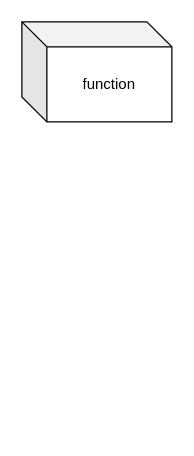
Above: 未命名绘图.drawio in ceceNo1/ceceNo1 (draw.io), before the change. Source tidied: cells renumbered, new cells numbered last; positions are measured from the earlier drawing's top-left corner, leaving out a move shared by most shapes. Both pictures are drawn from the tidied source at 125%, with x=0, y=0 at pixel (21, 21).
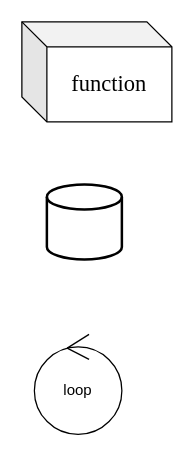
The same diagram, later.

Commit message:
更新未命名绘图.drawio

Diff of the diagram source:
```diff
@@
 <mxGraphModel>
   <root>
     <mxCell id="0" />
     <mxCell id="1" parent="0" />
-    <mxCell id="2" value="function" style="shape=cube;whiteSpace=wrap;html=1;boundedLbl=1;backgroundOutline=1;darkOpacity=0.05;darkOpacity2=0.1;" parent="1" vertex="1">
+    <mxCell id="2" value="&lt;font style=&quot;font-size: 18px;&quot; face=&quot;Times New Roman&quot;&gt;function&lt;/font&gt;" style="shape=cube;whiteSpace=wrap;html=1;boundedLbl=1;backgroundOutline=1;darkOpacity=0.05;darkOpacity2=0.1;" parent="1" vertex="1">
       <mxGeometry width="120" height="80" as="geometry" />
     </mxCell>
+    <mxCell id="3" style="strokeWidth=2;html=1;shape=mxgraph.flowchart.database;whiteSpace=wrap;" parent="1" vertex="1">
+      <mxGeometry x="20" y="130" width="60" height="60" as="geometry" />
+    </mxCell>
+    <mxCell id="4" value="loop" style="ellipse;shape=umlControl;whiteSpace=wrap;html=1;" parent="1" vertex="1">
+      <mxGeometry x="10" y="250" width="70" height="80" as="geometry" />
+    </mxCell>
   </root>
 </mxGraphModel>
```
